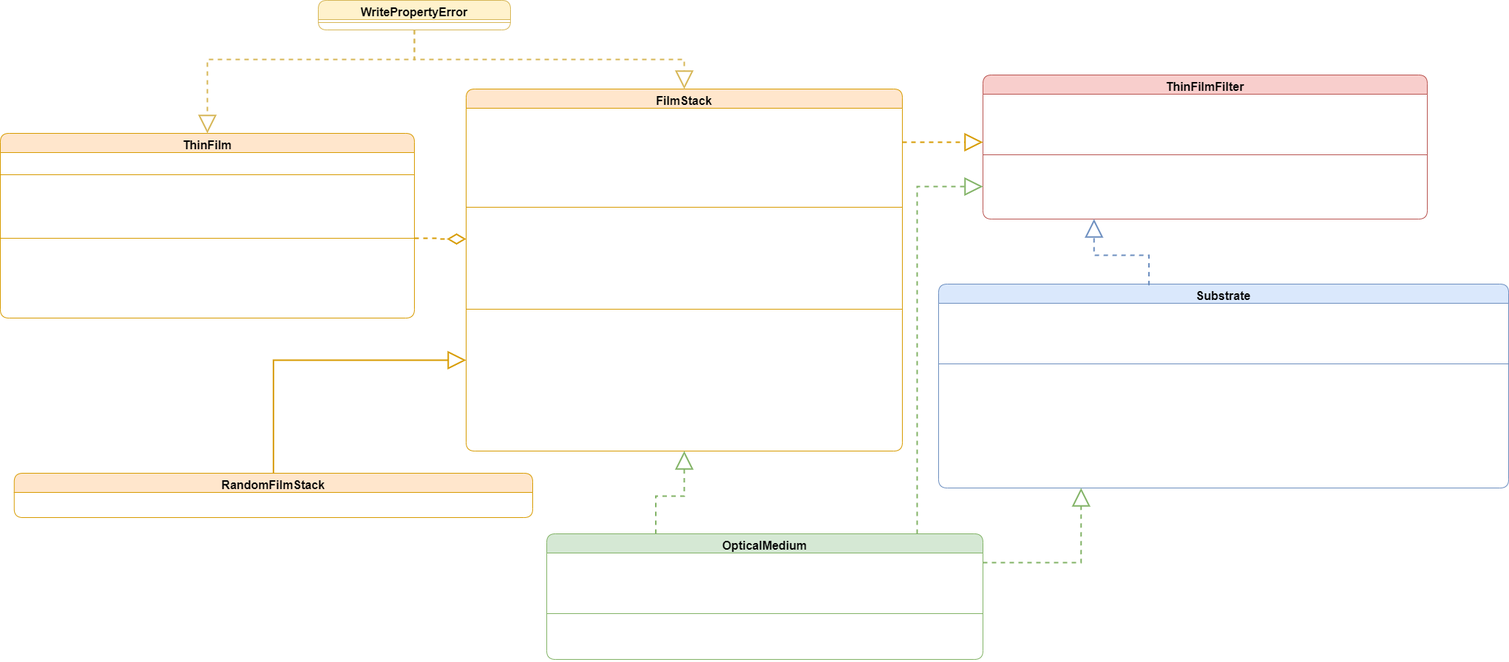
heath-smith/tff-lib keeps this draw.io diagram as docs/class_diagram.png. Above is the earlier version. Source tidied: cells renumbered, new cells last; positions are measured from the earlier drawing's top-left corner, leaving out a move shared by most shapes.
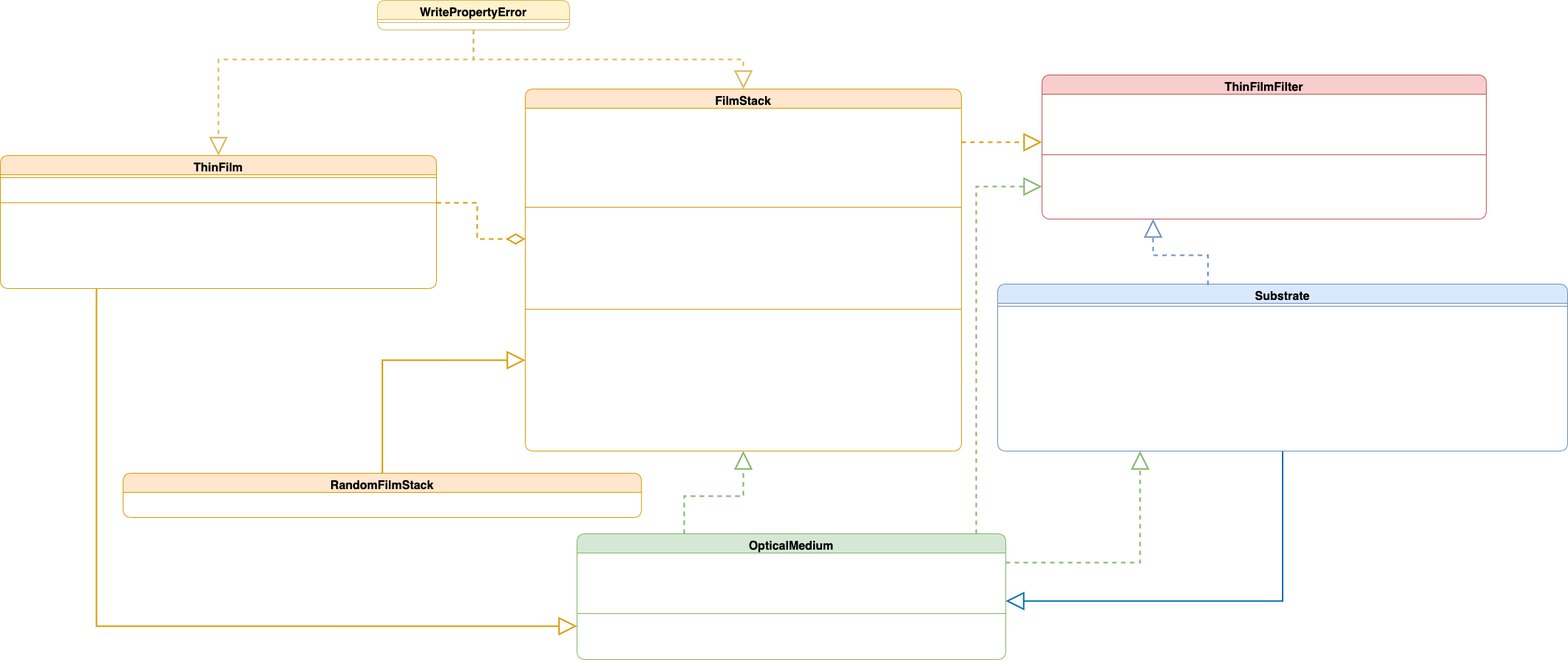
Later version of the same file.

The edit, as a diff of the source:
```diff
@@ -5,38 +5,36 @@
     <mxCell id="2" style="edgeStyle=orthogonalEdgeStyle;rounded=0;jettySize=auto;html=1;dashed=1;strokeWidth=2;fillColor=#ffe6cc;strokeColor=#d79b00;endArrow=diamondThin;endFill=0;endSize=20;startSize=8;entryX=0;entryY=0.5;entryDx=0;entryDy=0;fontSize=16;fontColor=#FFFFFF;" parent="1" edge="1" source="9" target="22">
       <mxGeometry relative="1" as="geometry" />
     </mxCell>
+    <mxCell id="73" style="edgeStyle=orthogonalEdgeStyle;rounded=0;jettySize=auto;html=1;entryX=0;entryY=0.5;entryDx=0;entryDy=0;fillColor=#ffe6cc;strokeColor=#d79b00;endSize=20;strokeWidth=2;endArrow=block;endFill=0;" parent="1" edge="1" source="3" target="61">
+      <mxGeometry relative="1" as="geometry">
+        <Array as="points">
+          <mxPoint x="50" y="847" />
+        </Array>
+      </mxGeometry>
+    </mxCell>
     <mxCell id="3" value="ThinFilm" style="swimlane;fontStyle=1;align=center;verticalAlign=top;horizontal=1;startSize=26;rounded=1;shadow=0;strokeWidth=1;fillColor=#ffe6cc;strokeColor=#d79b00;fontSize=16;labelBackgroundColor=none;fontColor=#000000;" parent="1" vertex="1">
-      <mxGeometry y="180" width="560" height="250" as="geometry" />
+      <mxGeometry x="-80" y="210" width="590" height="180" as="geometry" />
     </mxCell>
-    <mxCell id="4" value="+thickness : float : read-write" style="text;align=left;verticalAlign=top;spacingLeft=4;spacingRight=4;overflow=hidden;rounded=1;shadow=0;html=0;fontSize=16;fontColor=#FFFFFF;" parent="3" vertex="1">
-      <mxGeometry y="26" width="560" height="26" as="geometry" />
-    </mxCell>
     <mxCell id="5" style="line;html=1;strokeWidth=1;align=left;verticalAlign=middle;spacingTop=-1;spacingLeft=3;spacingRight=3;labelPosition=right;fillColor=#ffe6cc;strokeColor=#d79b00;fontSize=16;rounded=1;fontColor=#FFFFFF;" parent="3" vertex="1">
-      <mxGeometry y="52" width="560" height="8" as="geometry" />
+      <mxGeometry y="26" width="590" height="8" as="geometry" />
     </mxCell>
     <mxCell id="6" value="+material : str" style="text;align=left;verticalAlign=top;spacingLeft=4;spacingRight=4;overflow=hidden;fontSize=16;rounded=1;fontColor=#FFFFFF;" parent="3" vertex="1">
-      <mxGeometry y="60" width="560" height="26" as="geometry" />
+      <mxGeometry y="34" width="590" height="26" as="geometry" />
     </mxCell>
-    <mxCell id="7" value="+wavelengths : Iterable[float]" style="text;align=left;verticalAlign=top;spacingLeft=4;spacingRight=4;overflow=hidden;rounded=1;shadow=0;html=0;fontSize=16;fontColor=#FFFFFF;" parent="3" vertex="1">
-      <mxGeometry y="86" width="560" height="26" as="geometry" />
-    </mxCell>
-    <mxCell id="8" value="+ref_index : Iterable[complex]" style="text;align=left;verticalAlign=top;spacingLeft=4;spacingRight=4;overflow=hidden;fontSize=16;rounded=1;fontColor=#FFFFFF;" parent="3" vertex="1">
-      <mxGeometry y="112" width="560" height="26" as="geometry" />
-    </mxCell>
     <mxCell id="9" style="line;html=1;strokeWidth=1;align=left;verticalAlign=middle;spacingTop=-1;spacingLeft=3;spacingRight=3;labelPosition=right;points=[];portConstraint=eastwest;fillColor=#ffe6cc;strokeColor=#d79b00;fontSize=16;rounded=1;fontColor=#FFFFFF;" parent="3" vertex="1">
-      <mxGeometry y="138" width="560" height="8" as="geometry" />
+      <mxGeometry y="60" width="590" height="8" as="geometry" />
     </mxCell>
-    <mxCell id="10" value="+__init__(self, m : str, t : float, w : Iterable[float], r : Iterable[complex]) -&gt; None" style="text;align=left;verticalAlign=top;spacingLeft=4;spacingRight=4;overflow=hidden;fontSize=16;rounded=1;fontColor=#FFFFFF;" parent="3" vertex="1">
-      <mxGeometry y="146" width="560" height="26" as="geometry" />
+    <mxCell id="10" value="+__init__(self, w: Iterable[float], ref: Iterable[complex], thick: float, m: str) -&gt; None" style="text;align=left;verticalAlign=top;spacingLeft=4;spacingRight=4;overflow=hidden;fontSize=16;rounded=1;fontColor=#FFFFFF;" parent="3" vertex="1">
+      <mxGeometry y="68" width="590" height="26" as="geometry" />
     </mxCell>
     <mxCell id="11" value="+__add__(self, film: ThinFilm) -&gt; type(self)" style="text;align=left;verticalAlign=top;spacingLeft=4;spacingRight=4;overflow=hidden;rounded=1;shadow=0;html=0;fontSize=16;fontColor=#FFFFFF;" parent="3" vertex="1">
-      <mxGeometry y="172" width="560" height="26" as="geometry" />
+      <mxGeometry y="94" width="590" height="26" as="geometry" />
     </mxCell>
     <mxCell id="12" value="+__sub__(self, film: ThinFilm) -&gt; type(self)" style="text;align=left;verticalAlign=top;spacingLeft=4;spacingRight=4;overflow=hidden;rounded=1;shadow=0;html=0;fontSize=16;fontColor=#FFFFFF;" parent="3" vertex="1">
-      <mxGeometry y="198" width="560" height="26" as="geometry" />
+      <mxGeometry y="120" width="590" height="26" as="geometry" />
     </mxCell>
     <mxCell id="13" value="+split_film(self) -&gt; ThinFilm" style="text;align=left;verticalAlign=top;spacingLeft=4;spacingRight=4;overflow=hidden;rounded=1;shadow=0;html=0;fontSize=16;fontColor=#FFFFFF;" parent="3" vertex="1">
-      <mxGeometry y="224" width="560" height="26" as="geometry" />
+      <mxGeometry y="146" width="590" height="26" as="geometry" />
     </mxCell>
     <mxCell id="14" value="FilmStack" style="swimlane;fontStyle=1;align=center;verticalAlign=top;horizontal=1;startSize=26;rounded=1;shadow=0;strokeWidth=1;fillColor=#ffe6cc;strokeColor=#d79b00;fontSize=16;labelBackgroundColor=none;fontColor=#000000;" parent="1" vertex="1">
       <mxGeometry x="630" y="120" width="590" height="490" as="geometry" />
@@ -102,7 +100,7 @@
       <mxGeometry relative="1" as="geometry" />
     </mxCell>
     <mxCell id="35" value="RandomFilmStack" style="swimlane;fontStyle=1;align=center;verticalAlign=top;horizontal=1;startSize=26;rounded=1;shadow=0;strokeWidth=1;fillColor=#ffe6cc;strokeColor=#d79b00;fontSize=16;labelBackgroundColor=none;fontColor=#000000;" parent="1" vertex="1">
-      <mxGeometry x="18.8" y="640" width="701.2" height="60" as="geometry" />
+      <mxGeometry x="86" y="640" width="701.2" height="60" as="geometry" />
     </mxCell>
     <mxCell id="36" value="__init__(self, w: Iterable[float], high: Iterable[complex], low: Iterable[complex], **kwargs) -&gt; None" style="text;align=left;verticalAlign=top;spacingLeft=4;spacingRight=4;overflow=hidden;fontStyle=0;fontSize=16;rounded=1;fontColor=#FFFFFF;" parent="35" vertex="1">
       <mxGeometry y="26" width="701.2" height="26" as="geometry" />
@@ -116,7 +114,7 @@
     <mxCell id="39" value="+film_stack: FilmStack" style="text;align=left;verticalAlign=top;spacingLeft=4;spacingRight=4;overflow=hidden;rounded=1;shadow=0;html=0;fontSize=16;fontColor=#FFFFFF;" parent="37" vertex="1">
       <mxGeometry y="52" width="601" height="26" as="geometry" />
     </mxCell>
-    <mxCell id="40" value="+incident_medium: OpticalMedium" style="text;align=left;verticalAlign=top;spacingLeft=4;spacingRight=4;overflow=hidden;points=[[0,0.5],[1,0.5]];portConstraint=eastwest;rounded=1;shadow=0;html=0;fontSize=16;fontColor=#FFFFFF;" parent="37" vertex="1">
+    <mxCell id="40" value="+incident: OpticalMedium" style="text;align=left;verticalAlign=top;spacingLeft=4;spacingRight=4;overflow=hidden;points=[[0,0.5],[1,0.5]];portConstraint=eastwest;rounded=1;shadow=0;html=0;fontSize=16;fontColor=#FFFFFF;" parent="37" vertex="1">
       <mxGeometry y="78" width="601" height="26" as="geometry" />
     </mxCell>
     <mxCell id="41" style="line;html=1;strokeWidth=1;align=left;verticalAlign=middle;spacingTop=-1;spacingLeft=3;spacingRight=3;labelPosition=right;fillColor=#f8cecc;strokeColor=#b85450;fontSize=16;rounded=1;fontColor=#FFFFFF;" parent="37" vertex="1">
@@ -131,59 +129,56 @@
     <mxCell id="44" value="+filter_spectrum(self, theta: float) -&gt; Dict[str, NDArray]" style="text;align=left;verticalAlign=top;spacingLeft=4;spacingRight=4;overflow=hidden;fontSize=16;rounded=1;fontColor=#FFFFFF;" parent="37" vertex="1">
       <mxGeometry y="164" width="601" height="26" as="geometry" />
     </mxCell>
+    <mxCell id="74" style="edgeStyle=orthogonalEdgeStyle;rounded=0;jettySize=auto;html=1;entryX=1;entryY=0.5;entryDx=0;entryDy=0;fillColor=#1ba1e2;strokeColor=#006EAF;strokeWidth=2;endArrow=block;endFill=0;endSize=20;" parent="1" edge="1" source="45" target="59">
+      <mxGeometry relative="1" as="geometry" />
+    </mxCell>
     <mxCell id="45" value="Substrate" style="swimlane;fontStyle=1;align=center;verticalAlign=top;horizontal=1;startSize=26;rounded=1;shadow=0;strokeWidth=1;fillColor=#dae8fc;strokeColor=#6c8ebf;fontSize=16;labelBackgroundColor=none;fontColor=#000000;" parent="1" vertex="1">
-      <mxGeometry x="1269" y="384" width="771" height="276" as="geometry" />
+      <mxGeometry x="1269" y="384" width="771" height="226" as="geometry" />
     </mxCell>
-    <mxCell id="46" value="+thickness: float" style="text;align=left;verticalAlign=top;spacingLeft=4;spacingRight=4;overflow=hidden;fontSize=16;rounded=1;fontColor=#FFFFFF;" parent="45" vertex="1">
-      <mxGeometry y="26" width="771" height="26" as="geometry" />
-    </mxCell>
-    <mxCell id="47" value="+wavelengths: Iterable[float]" style="text;align=left;verticalAlign=top;spacingLeft=4;spacingRight=4;overflow=hidden;rounded=1;shadow=0;html=0;fontSize=16;fontColor=#FFFFFF;" parent="45" vertex="1">
-      <mxGeometry y="52" width="771" height="26" as="geometry" />
-    </mxCell>
-    <mxCell id="48" value="+ref_index: Iterable[complex]" style="text;align=left;verticalAlign=top;spacingLeft=4;spacingRight=4;overflow=hidden;rounded=1;shadow=0;html=0;fontSize=16;fontColor=#FFFFFF;" parent="45" vertex="1">
-      <mxGeometry y="78" width="771" height="26" as="geometry" />
-    </mxCell>
     <mxCell id="49" style="line;html=1;strokeWidth=1;align=left;verticalAlign=middle;spacingTop=-1;spacingLeft=3;spacingRight=3;labelPosition=right;fillColor=#dae8fc;strokeColor=#6c8ebf;fontSize=16;rounded=1;fontColor=#FFFFFF;" parent="45" vertex="1">
-      <mxGeometry y="104" width="771" height="8" as="geometry" />
+      <mxGeometry y="26" width="771" height="8" as="geometry" />
     </mxCell>
-    <mxCell id="50" value="+__init__(self, t: float, w: Iterable[float], r: Iterable[complex]) -&gt; None" style="text;align=left;verticalAlign=top;spacingLeft=4;spacingRight=4;overflow=hidden;fontSize=16;rounded=1;fontColor=#FFFFFF;" parent="45" vertex="1">
-      <mxGeometry y="112" width="771" height="26" as="geometry" />
+    <mxCell id="50" value="+__init__(self, w: Iterable[float], ref: Iterable[complex], thick: float) -&gt; None" style="text;align=left;verticalAlign=top;spacingLeft=4;spacingRight=4;overflow=hidden;fontSize=16;rounded=1;fontColor=#FFFFFF;" parent="45" vertex="1">
+      <mxGeometry y="34" width="771" height="26" as="geometry" />
     </mxCell>
     <mxCell id="51" value="+absorption_coefficients(self, n_ref: int = 4) -&gt; NDArray" style="text;align=left;verticalAlign=top;spacingLeft=4;spacingRight=4;overflow=hidden;fontSize=16;rounded=1;fontColor=#FFFFFF;" parent="45" vertex="1">
-      <mxGeometry y="138" width="771" height="26" as="geometry" />
+      <mxGeometry y="60" width="771" height="26" as="geometry" />
     </mxCell>
     <mxCell id="52" value="+effective_index(self, theta: float) -&gt; NDArray" style="text;align=left;verticalAlign=top;spacingLeft=4;spacingRight=4;overflow=hidden;fontSize=16;rounded=1;fontColor=#FFFFFF;" parent="45" vertex="1">
-      <mxGeometry y="164" width="771" height="26" as="geometry" />
+      <mxGeometry y="86" width="771" height="26" as="geometry" />
     </mxCell>
     <mxCell id="53" value="+path_length(self, inc_medium: OpticalMedium, theta: float) -&gt; NDArray" style="text;align=left;verticalAlign=top;spacingLeft=4;spacingRight=4;overflow=hidden;fontSize=16;rounded=1;fontColor=#FFFFFF;" parent="45" vertex="1">
-      <mxGeometry y="190" width="771" height="26" as="geometry" />
+      <mxGeometry y="112" width="771" height="26" as="geometry" />
     </mxCell>
     <mxCell id="54" value="+fresnel_coefficients(self, inc_medium: OpticalMedium, theta: float) -&gt; Dict[str, NDArray]" style="text;align=left;verticalAlign=top;spacingLeft=4;spacingRight=4;overflow=hidden;fontSize=16;rounded=1;fontColor=#FFFFFF;" parent="45" vertex="1">
-      <mxGeometry y="216" width="771" height="26" as="geometry" />
+      <mxGeometry y="138" width="771" height="26" as="geometry" />
     </mxCell>
-    <mxCell id="55" value="+admittance(self, inc_medium: OpticalMedium, theta: float, use_eff_idx: bool = False) -&gt; Dict[str, NDArray]" style="text;align=left;verticalAlign=top;spacingLeft=4;spacingRight=4;overflow=hidden;fontSize=16;rounded=1;fontColor=#FFFFFF;" parent="45" vertex="1">
-      <mxGeometry y="242" width="771" height="26" as="geometry" />
+    <mxCell id="55" value="+admittance(self, inc_medium: OpticalMedium, theta: float) -&gt; Dict[str, NDArray]" style="text;align=left;verticalAlign=top;spacingLeft=4;spacingRight=4;overflow=hidden;fontSize=16;rounded=1;fontColor=#FFFFFF;" parent="45" vertex="1">
+      <mxGeometry y="164" width="771" height="26" as="geometry" />
     </mxCell>
+    <mxCell id="75" value="+eff_admittance(self, inc_medium: OpticalMedium, theta: float) -&gt; Dict[str, NDArray]" style="text;align=left;verticalAlign=top;spacingLeft=4;spacingRight=4;overflow=hidden;fontSize=16;rounded=1;fontColor=#FFFFFF;" parent="45" vertex="1">
+      <mxGeometry y="190" width="771" height="26" as="geometry" />
+    </mxCell>
     <mxCell id="56" value="OpticalMedium" style="swimlane;fontStyle=1;align=center;verticalAlign=top;horizontal=1;startSize=26;rounded=1;shadow=0;strokeWidth=1;fillColor=#d5e8d4;strokeColor=#82b366;fontSize=16;labelBackgroundColor=none;fontColor=#000000;" parent="1" vertex="1">
-      <mxGeometry x="739" y="722" width="590" height="170" as="geometry" />
+      <mxGeometry x="700" y="722" width="580" height="170" as="geometry" />
     </mxCell>
     <mxCell id="57" value="+wavelengths: Iterable[float]" style="text;align=left;verticalAlign=top;spacingLeft=4;spacingRight=4;overflow=hidden;points=[[0,0.5],[1,0.5]];portConstraint=eastwest;fontSize=16;rounded=1;fontColor=#FFFFFF;" parent="56" vertex="1">
-      <mxGeometry y="26" width="590" height="26" as="geometry" />
+      <mxGeometry y="26" width="580" height="26" as="geometry" />
     </mxCell>
     <mxCell id="58" value="+ref_index: Iterable[complex]" style="text;align=left;verticalAlign=top;spacingLeft=4;spacingRight=4;overflow=hidden;rounded=1;shadow=0;html=0;fontSize=16;fontColor=#FFFFFF;" parent="56" vertex="1">
-      <mxGeometry y="52" width="590" height="26" as="geometry" />
+      <mxGeometry y="52" width="580" height="26" as="geometry" />
     </mxCell>
-    <mxCell id="59" value="+name: str" style="text;align=left;verticalAlign=top;spacingLeft=4;spacingRight=4;overflow=hidden;points=[[0,0.5],[1,0.5]];portConstraint=eastwest;rounded=1;shadow=0;html=0;fontSize=16;fontColor=#FFFFFF;" parent="56" vertex="1">
-      <mxGeometry y="78" width="590" height="26" as="geometry" />
+    <mxCell id="59" value="+thickness: float" style="text;align=left;verticalAlign=top;spacingLeft=4;spacingRight=4;overflow=hidden;points=[[0,0.5],[1,0.5]];portConstraint=eastwest;rounded=1;shadow=0;html=0;fontSize=16;fontColor=#FFFFFF;" parent="56" vertex="1">
+      <mxGeometry y="78" width="580" height="26" as="geometry" />
     </mxCell>
     <mxCell id="60" style="line;html=1;strokeWidth=1;align=left;verticalAlign=middle;spacingTop=-1;spacingLeft=3;spacingRight=3;labelPosition=right;fillColor=#d5e8d4;strokeColor=#82b366;fontSize=16;rounded=1;fontColor=#FFFFFF;" parent="56" vertex="1">
-      <mxGeometry y="104" width="590" height="8" as="geometry" />
+      <mxGeometry y="104" width="580" height="8" as="geometry" />
     </mxCell>
-    <mxCell id="61" value="+__init__(self, w: Iterable[float], ref_index: Iterable[complex], name: str) -&gt; None" style="text;align=left;verticalAlign=top;spacingLeft=4;spacingRight=4;overflow=hidden;points=[[0,0.5],[1,0.5]];portConstraint=eastwest;fontSize=16;rounded=1;fontColor=#FFFFFF;" parent="56" vertex="1">
-      <mxGeometry y="112" width="590" height="26" as="geometry" />
+    <mxCell id="61" value="+__init__(self, w: Iterable[float], ref: Iterable[complex], thick: float = 'inf') -&gt; None" style="text;align=left;verticalAlign=top;spacingLeft=4;spacingRight=4;overflow=hidden;points=[[0,0.5],[1,0.5]];portConstraint=eastwest;fontSize=16;rounded=1;fontColor=#FFFFFF;" parent="56" vertex="1">
+      <mxGeometry y="112" width="580" height="26" as="geometry" />
     </mxCell>
-    <mxCell id="62" value="+admittance(self, theta: float) -&gt; Dict[str, NDArray]" style="text;align=left;verticalAlign=top;spacingLeft=4;spacingRight=4;overflow=hidden;fontSize=16;rounded=1;fontColor=#FFFFFF;" parent="56" vertex="1">
-      <mxGeometry y="138" width="590" height="32" as="geometry" />
+    <mxCell id="62" value="+admittance(self, inc_medium: OpticalMedium, theta: float) -&gt; Dict[str, NDArray]" style="text;align=left;verticalAlign=top;spacingLeft=4;spacingRight=4;overflow=hidden;fontSize=16;rounded=1;fontColor=#FFFFFF;" parent="56" vertex="1">
+      <mxGeometry y="138" width="580" height="32" as="geometry" />
     </mxCell>
     <mxCell id="63" value="WritePropertyError" style="swimlane;fontStyle=1;align=center;verticalAlign=top;horizontal=1;startSize=26;rounded=1;shadow=0;strokeWidth=1;fillColor=#fff2cc;strokeColor=#d6b656;fontSize=16;labelBackgroundColor=none;fontColor=#000000;" parent="1" vertex="1">
       <mxGeometry x="430" width="260" height="40" as="geometry" />
@@ -195,7 +190,7 @@
       <mxGeometry relative="1" as="geometry" />
     </mxCell>
     <mxCell id="66" value="1..*" style="text;html=1;align=center;verticalAlign=middle;strokeColor=none;fillColor=none;fontSize=16;fontColor=#FFFFFF;" parent="1" vertex="1">
-      <mxGeometry x="560" y="296" width="50" height="30" as="geometry" />
+      <mxGeometry x="520" y="240" width="50" height="30" as="geometry" />
     </mxCell>
     <mxCell id="67" style="edgeStyle=orthogonalEdgeStyle;rounded=0;jettySize=auto;html=1;fillColor=#d5e8d4;strokeColor=#82b366;dashed=1;strokeWidth=2;endSize=20;endArrow=block;endFill=0;exitX=1;exitY=0.5;exitDx=0;exitDy=0;fontSize=16;entryX=0.25;entryY=1;entryDx=0;entryDy=0;fontColor=#FFFFFF;" parent="1" edge="1" source="57" target="45">
       <mxGeometry relative="1" as="geometry" />
@@ -231,5 +226,14 @@
         </Array>
       </mxGeometry>
     </mxCell>
+    <mxCell id="76" value="1" style="text;html=1;align=center;verticalAlign=middle;strokeColor=none;fillColor=none;fontSize=16;fontColor=#FFFFFF;" parent="1" vertex="1">
+      <mxGeometry x="1210" y="680" width="30" height="30" as="geometry" />
+    </mxCell>
+    <mxCell id="77" value="1" style="text;html=1;align=center;verticalAlign=middle;strokeColor=none;fillColor=none;fontSize=16;fontColor=#FFFFFF;" parent="1" vertex="1">
+      <mxGeometry x="1560" y="340" width="30" height="30" as="geometry" />
+    </mxCell>
+    <mxCell id="78" value="1" style="text;html=1;align=center;verticalAlign=middle;strokeColor=none;fillColor=none;fontSize=16;fontColor=#FFFFFF;" parent="1" vertex="1">
+      <mxGeometry x="1230" y="150" width="30" height="30" as="geometry" />
+    </mxCell>
   </root>
 </mxGraphModel>
```
